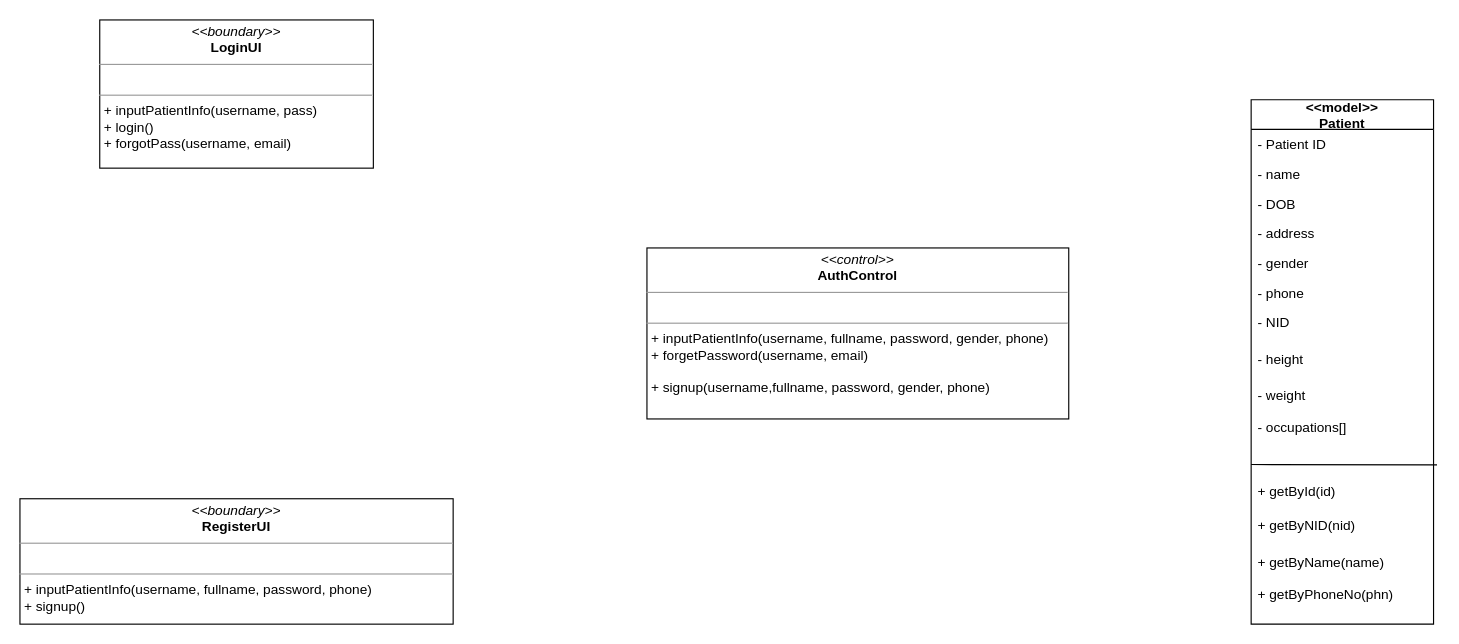
Before: page "Authentication" (1 of 5) of Untitled Diagram.drawio in SaffatZabin-17/CSE-326-Information-System-Design-Sessional-, a draw.io diagram. Source tidied: cells renumbered, new cells numbered last; positions are measured from the earlier drawing's top-left corner, leaving out a move shared by most shapes. Both pictures are drawn from the tidied source at 114%, with x=0, y=0 at pixel (19, 19).
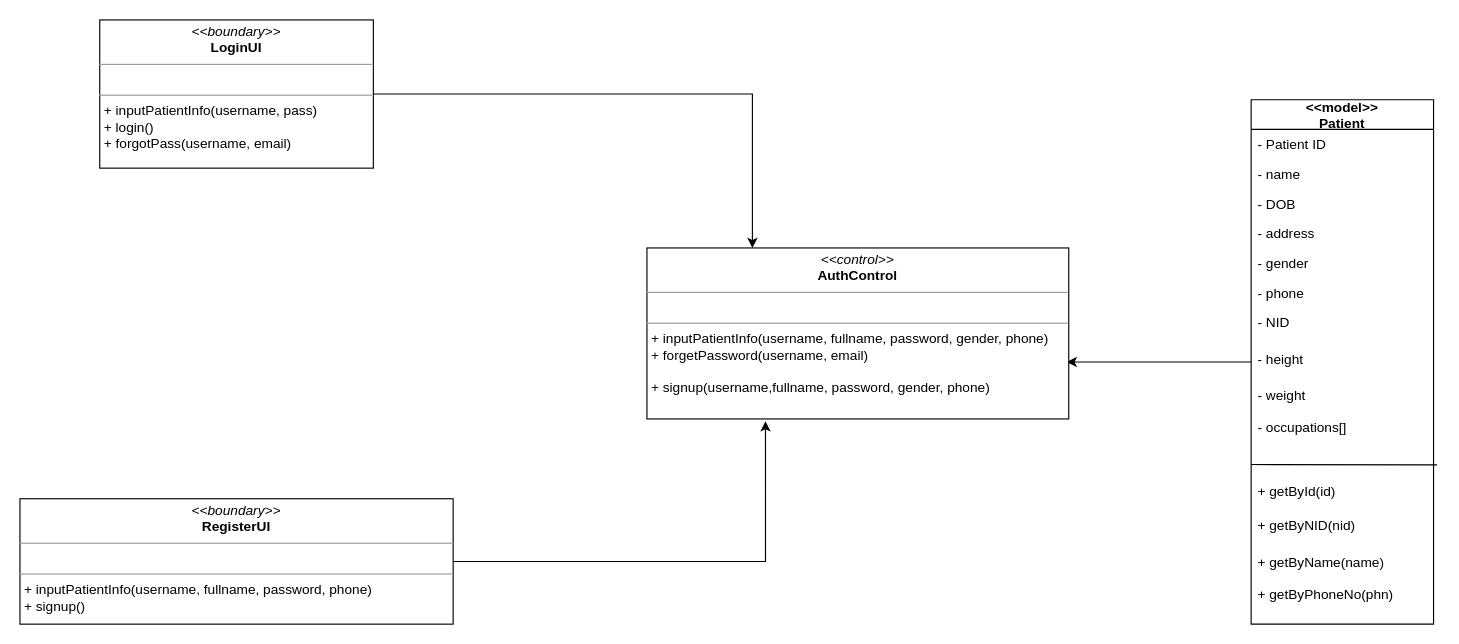
Above is the later version.

Unchanged cells that the change refers to:
```xml
<mxCell id="2" value="&lt;&lt;model&gt;&gt;&#10;Patient" style="swimlane;fontStyle=1;align=center;verticalAlign=middle;horizontal=1;startSize=26;rounded=0;shadow=0;strokeWidth=1;" parent="1" vertex="1">
  <mxGeometry x="1080" y="70" width="160" height="460" as="geometry" />
</mxCell>
<mxCell id="17" value="&lt;p style=&quot;margin:0px;margin-top:4px;text-align:center;&quot;&gt;&lt;i&gt;&amp;lt;&amp;lt;boundary&amp;gt;&amp;gt;&lt;/i&gt;&lt;br&gt;&lt;b&gt;LoginUI&lt;/b&gt;&lt;/p&gt;&lt;hr size=&quot;1&quot;&gt;&lt;p style=&quot;margin:0px;margin-left:4px;&quot;&gt;&lt;br&gt;&lt;/p&gt;&lt;hr size=&quot;1&quot;&gt;&lt;p style=&quot;margin:0px;margin-left:4px;&quot;&gt;+ inputPatientInfo(username, pass)&lt;/p&gt;&lt;p style=&quot;margin:0px;margin-left:4px;&quot;&gt;+ login()&lt;/p&gt;&lt;p style=&quot;margin:0px;margin-left:4px;&quot;&gt;+ forgotPass(username, email)&lt;/p&gt;&lt;p style=&quot;margin:0px;margin-left:4px;&quot;&gt;&lt;br&gt;&lt;/p&gt;" style="verticalAlign=top;align=left;overflow=fill;fontSize=12;fontFamily=Helvetica;html=1;" parent="1" vertex="1">
  <mxGeometry x="70" width="240" height="130" as="geometry" />
</mxCell>
<mxCell id="18" value="&lt;p style=&quot;margin:0px;margin-top:4px;text-align:center;&quot;&gt;&lt;i&gt;&amp;lt;&amp;lt;boundary&amp;gt;&amp;gt;&lt;/i&gt;&lt;br&gt;&lt;b&gt;RegisterUI&lt;/b&gt;&lt;/p&gt;&lt;hr size=&quot;1&quot;&gt;&lt;p style=&quot;margin:0px;margin-left:4px;&quot;&gt;&lt;br&gt;&lt;/p&gt;&lt;hr size=&quot;1&quot;&gt;&lt;p style=&quot;margin:0px;margin-left:4px;&quot;&gt;+ inputPatientInfo(username, fullname, password, phone)&lt;/p&gt;&lt;p style=&quot;margin:0px;margin-left:4px;&quot;&gt;+ signup()&lt;/p&gt;" style="verticalAlign=top;align=left;overflow=fill;fontSize=12;fontFamily=Helvetica;html=1;" parent="1" vertex="1">
  <mxGeometry y="420" width="380" height="110" as="geometry" />
</mxCell>
<mxCell id="19" value="&lt;p style=&quot;margin:0px;margin-top:4px;text-align:center;&quot;&gt;&lt;i&gt;&amp;lt;&amp;lt;control&amp;gt;&amp;gt;&lt;/i&gt;&lt;br&gt;&lt;b&gt;AuthControl&lt;/b&gt;&lt;/p&gt;&lt;hr size=&quot;1&quot;&gt;&lt;p style=&quot;margin:0px;margin-left:4px;&quot;&gt;&lt;br&gt;&lt;/p&gt;&lt;hr size=&quot;1&quot;&gt;&lt;p style=&quot;margin:0px;margin-left:4px;&quot;&gt;+ inputPatientInfo(username, fullname, password, gender, phone)&lt;/p&gt;&lt;p style=&quot;margin:0px;margin-left:4px;&quot;&gt;+ forgetPassword(username, email)&lt;/p&gt;&lt;p style=&quot;margin:0px;margin-left:4px;&quot;&gt;&lt;br&gt;&lt;/p&gt;&lt;p style=&quot;margin:0px;margin-left:4px;&quot;&gt;+ signup(username,fullname, password, gender, phone)&lt;/p&gt;" style="verticalAlign=top;align=left;overflow=fill;fontSize=12;fontFamily=Helvetica;html=1;" parent="1" vertex="1">
  <mxGeometry x="550" y="200" width="370" height="150" as="geometry" />
</mxCell>
```

What changed in the source:
```diff
@@
+    <mxCell id="20" style="edgeStyle=orthogonalEdgeStyle;rounded=0;jettySize=auto;html=1;entryX=0.995;entryY=0.667;entryDx=0;entryDy=0;entryPerimeter=0;" parent="1" edge="1" source="2" target="19">
+      <mxGeometry relative="1" as="geometry" />
+    </mxCell>
@@
+    <mxCell id="21" style="edgeStyle=orthogonalEdgeStyle;rounded=0;jettySize=auto;html=1;entryX=0.25;entryY=0;entryDx=0;entryDy=0;" parent="1" edge="1" source="17" target="19">
+      <mxGeometry relative="1" as="geometry" />
+    </mxCell>
@@
+    <mxCell id="22" style="edgeStyle=orthogonalEdgeStyle;rounded=0;jettySize=auto;html=1;entryX=0.281;entryY=1.013;entryDx=0;entryDy=0;entryPerimeter=0;" parent="1" edge="1" source="18" target="19">
+      <mxGeometry relative="1" as="geometry" />
+    </mxCell>
```
